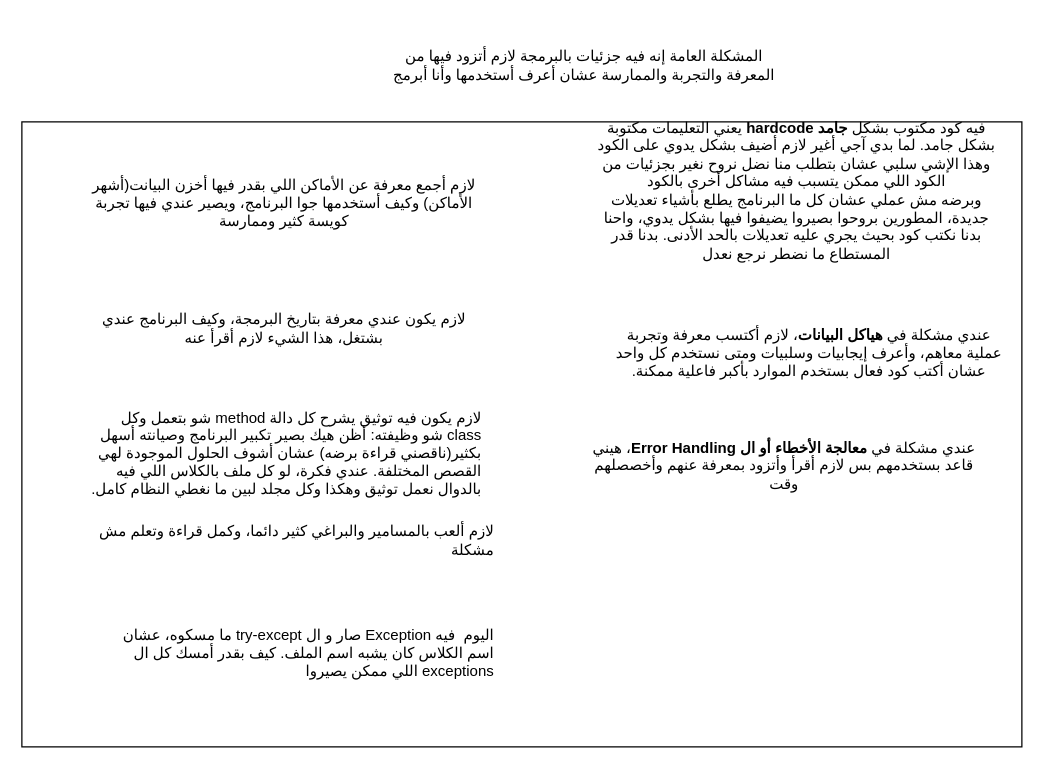
Earlier version of the draw.io diagram page "مشاكل الكود اللي بكتبه" (4 of 6) of ToDoList App.drawio (AbdallahDaradkeh-1/ToDoList-App). Source tidied: cells renumbered, new cells numbered last; positions are measured from the earlier drawing's top-left corner, leaving out a move shared by most shapes. Both pictures are drawn from the tidied source at 125%, with x=0, y=0 at pixel (21, 21).
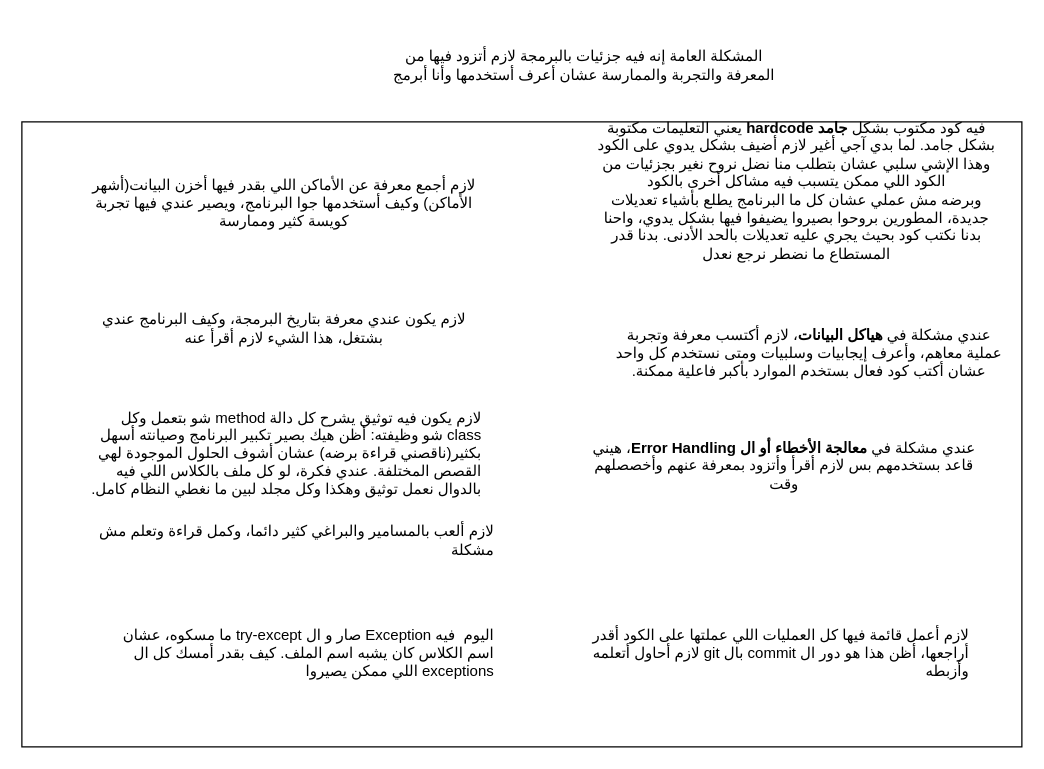
After the change.

What changed in the source:
```diff
@@
 <mxGraphModel>
   <root>
     <mxCell id="0" />
     <mxCell id="1" parent="0" />
     <mxCell id="2" style="rounded=0;whiteSpace=wrap;html=1;" parent="1" vertex="1">
       <mxGeometry y="80" width="800" height="500" as="geometry" />
     </mxCell>
     <mxCell id="3" value="&lt;div style=&quot;direction: rtl;&quot;&gt;&lt;span style=&quot;background-color: transparent; color: light-dark(rgb(0, 0, 0), rgb(255, 255, 255));&quot;&gt;فيه كود مكتوب بشكل &lt;b&gt;جامد &lt;/b&gt;&lt;b&gt;hardcode &lt;/b&gt;يعني التعليمات مكتوبة بشكل جامد. لما بدي آجي أغير لازم أضيف بشكل يدوي على الكود وهذا الإشي سلبي عشان بتطلب منا نضل نروح نغير بجزئيات من الكود اللي ممكن يتسبب فيه مشاكل أخرى بالكود&lt;br&gt;وبرضه مش عملي عشان كل ما البرنامج يطلع بأشياء تعديلات جديدة، المطورين بروحوا بصيروا يضيفوا فيها بشكل يدوي، واحنا بدنا نكتب كود بحيث يجري عليه تعديلات بالحد الأدنى. بدنا قدر المستطاع ما نضطر نرجع نعدل&lt;/span&gt;&lt;/div&gt;" style="text;html=1;whiteSpace=wrap;strokeColor=none;fillColor=none;align=center;verticalAlign=middle;rounded=0;" parent="1" vertex="1">
       <mxGeometry x="460" y="100" width="320" height="70" as="geometry" />
     </mxCell>
     <mxCell id="4" value="&lt;div style=&quot;direction: rtl;&quot;&gt;&lt;span style=&quot;background-color: transparent; color: light-dark(rgb(0, 0, 0), rgb(255, 255, 255));&quot;&gt;عندي مشكلة في &lt;b&gt;معالجة الأخطاء أو ال Error Handling&lt;/b&gt;، هيني قاعد بستخدمهم بس لازم أقرأ وأتزود بمعرفة عنهم وأخصصلهم وقت&lt;/span&gt;&lt;/div&gt;" style="text;html=1;whiteSpace=wrap;strokeColor=none;fillColor=none;align=center;verticalAlign=middle;rounded=0;" parent="1" vertex="1">
       <mxGeometry x="450" y="320" width="320" height="70" as="geometry" />
     </mxCell>
     <mxCell id="5" value="&lt;div style=&quot;direction: rtl;&quot;&gt;&lt;span style=&quot;background-color: transparent; color: light-dark(rgb(0, 0, 0), rgb(255, 255, 255));&quot;&gt;عندي مشكلة في &lt;b&gt;هياكل البيانات&lt;/b&gt;، لازم أكتسب معرفة وتجربة عملية معاهم، وأعرف إيجابيات وسلبيات ومتى نستخدم كل واحد عشان أكتب كود فعال بستخدم الموارد بأكبر فاعلية ممكنة.&lt;/span&gt;&lt;/div&gt;" style="text;html=1;whiteSpace=wrap;strokeColor=none;fillColor=none;align=center;verticalAlign=middle;rounded=0;" parent="1" vertex="1">
       <mxGeometry x="470" y="230" width="320" height="70" as="geometry" />
     </mxCell>
     <mxCell id="6" value="&lt;div style=&quot;direction: rtl;&quot;&gt;المشكلة العامة إنه فيه جزئيات بالبرمجة لازم أتزود فيها من المعرفة والتجربة والممارسة عشان أعرف أستخدمها وأنا أبرمج&lt;/div&gt;" style="text;html=1;whiteSpace=wrap;strokeColor=none;fillColor=none;align=center;verticalAlign=middle;rounded=0;" parent="1" vertex="1">
       <mxGeometry x="290" width="320" height="70" as="geometry" />
     </mxCell>
     <mxCell id="7" value="&lt;div style=&quot;direction: rtl;&quot;&gt;لازم أجمع معرفة عن الأماكن اللي بقدر فيها أخزن البيانت(أشهر الأماكن) وكيف أستخدمها جوا البرنامج، ويصير عندي فيها تجربة كويسة كثير وممارسة&lt;/div&gt;" style="text;html=1;whiteSpace=wrap;strokeColor=none;fillColor=none;align=center;verticalAlign=middle;rounded=0;" parent="1" vertex="1">
       <mxGeometry x="50" y="110" width="320" height="70" as="geometry" />
     </mxCell>
     <mxCell id="8" value="لازم يكون عندي معرفة بتاريخ البرمجة، وكيف البرنامج عندي بشتغل، هذا الشيء لازم أقرأ عنه" style="text;html=1;whiteSpace=wrap;strokeColor=none;fillColor=none;align=center;verticalAlign=middle;rounded=0;" parent="1" vertex="1">
       <mxGeometry x="50" y="210" width="320" height="70" as="geometry" />
     </mxCell>
     <mxCell id="9" value="&lt;div style=&quot;direction: rtl;&quot;&gt;لازم يكون فيه توثيق يشرح كل دالة method شو بتعمل وكل class شو وظيفته: أظن هيك بصير تكبير البرنامج وصيانته أسهل بكثير(ناقصني قراءة برضه) عشان أشوف الحلول الموجودة لهي القصص المختلفة. عندي فكرة، لو كل ملف بالكلاس اللي فيه بالدوال نعمل توثيق وهكذا وكل مجلد لبين ما نغطي النظام كامل.&lt;/div&gt;" style="text;html=1;whiteSpace=wrap;strokeColor=none;fillColor=none;align=right;verticalAlign=middle;rounded=0;" parent="1" vertex="1">
       <mxGeometry x="50" y="310" width="320" height="70" as="geometry" />
     </mxCell>
     <mxCell id="10" value="لازم ألعب بالمسامير والبراغي كثير دائما، وكمل قراءة وتعلم مش مشكلة" style="text;html=1;whiteSpace=wrap;strokeColor=none;fillColor=none;align=right;verticalAlign=middle;rounded=0;" parent="1" vertex="1">
       <mxGeometry x="60" y="380" width="320" height="70" as="geometry" />
     </mxCell>
     <mxCell id="11" value="&lt;div style=&quot;direction: rtl;&quot;&gt;&lt;span style=&quot;background-color: transparent; color: light-dark(rgb(0, 0, 0), rgb(255, 255, 255));&quot;&gt;اليوم&amp;nbsp; فيه Exception صار و ال try-except ما مسكوه، عشان اسم الكلاس كان يشبه اسم الملف. كيف بقدر أمسك كل ال exceptions اللي ممكن يصيروا&lt;/span&gt;&lt;/div&gt;" style="text;html=1;whiteSpace=wrap;strokeColor=none;fillColor=none;align=right;verticalAlign=middle;rounded=0;" parent="1" vertex="1">
       <mxGeometry x="60" y="470" width="320" height="70" as="geometry" />
     </mxCell>
+    <mxCell id="12" value="&lt;div style=&quot;direction: rtl;&quot;&gt;لازم أعمل قائمة فيها كل العمليات اللي عملتها على الكود أقدر أراجعها، أظن هذا هو دور ال commit بال git لازم أحاول أتعلمه وأزبطه&lt;/div&gt;" style="text;html=1;whiteSpace=wrap;strokeColor=none;fillColor=none;align=right;verticalAlign=middle;rounded=0;" parent="1" vertex="1">
+      <mxGeometry x="440" y="470" width="320" height="70" as="geometry" />
+    </mxCell>
   </root>
 </mxGraphModel>
```
